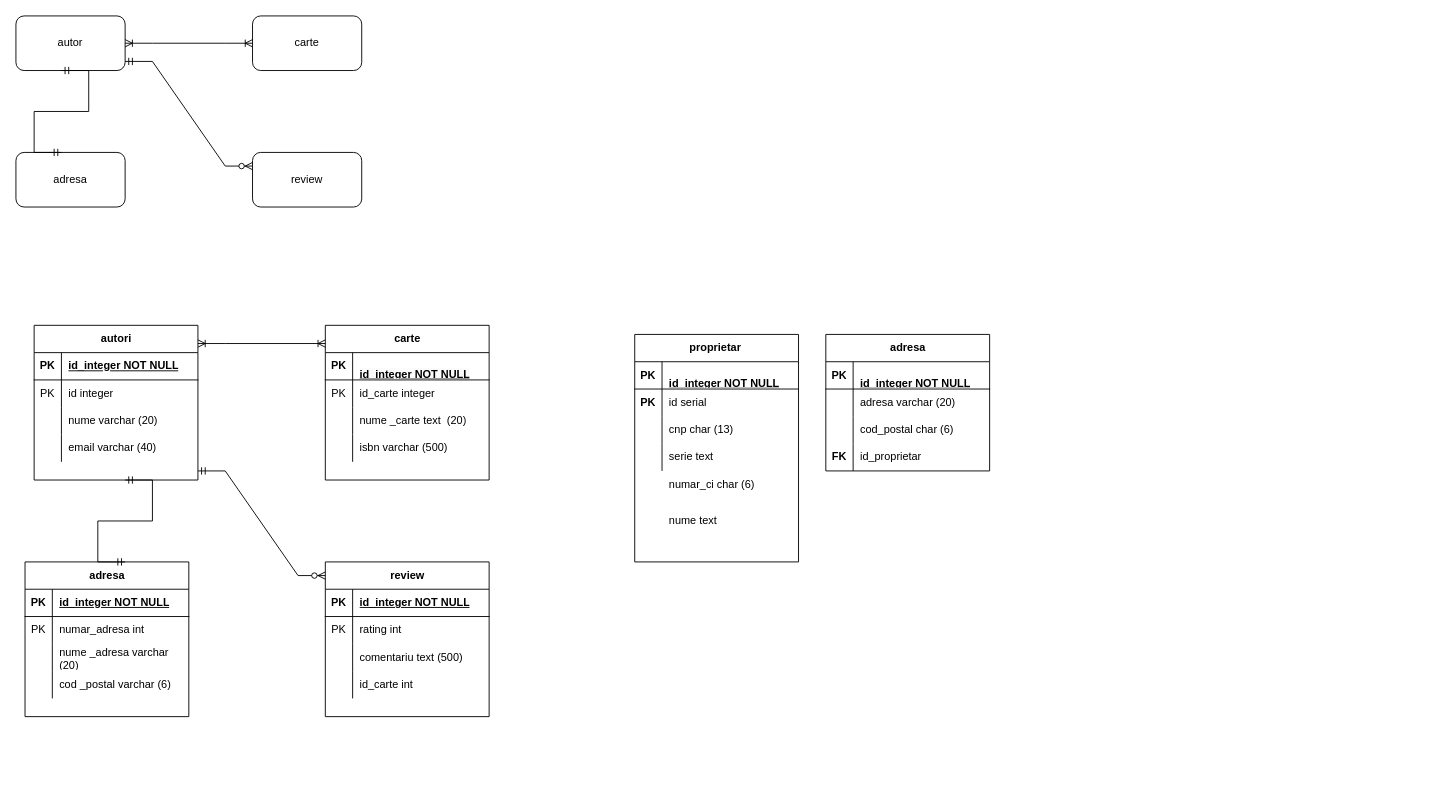
The draw.io diagram diagram_16_12_2023.drawio in MariaAgent007/modelare_db, before the edit. Source tidied: cells renumbered, new cells numbered last; positions are measured from the earlier drawing's top-left corner, leaving out a move shared by most shapes. Both pictures are drawn from the tidied source at 91%, with x=0, y=0 at pixel (15, 15).
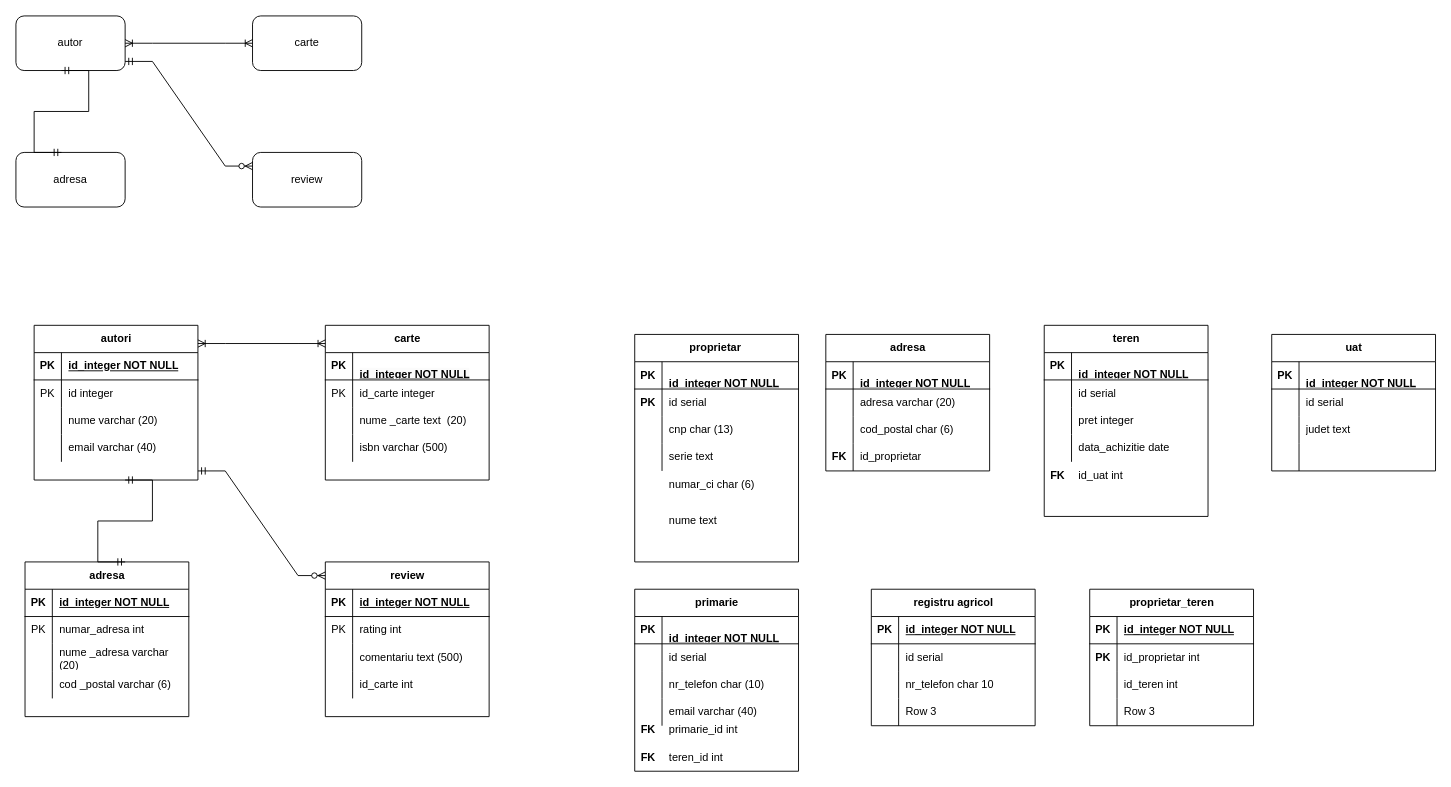
The same diagram, later.

Change to the diagram source:
```diff
@@
+    <mxCell id="95" value="teren" style="shape=table;startSize=30;childLayout=tableLayout;rowLines=0;fontStyle=1;align=center;html=1;" parent="1" vertex="1">
+      <mxGeometry x="1130" y="340" width="180" height="210" as="geometry" />
+    </mxCell>
+    <mxCell id="96" style="shape=tableRow;horizontal=0;startSize=0;swimlaneHead=0;swimlaneBody=0;fillColor=none;top=0;left=0;right=0;bottom=1;" parent="95" vertex="1">
+      <mxGeometry y="30" width="180" height="30" as="geometry" />
+    </mxCell>
+    <mxCell id="97" value="PK" style="shape=partialRectangle;fillColor=none;top=0;left=0;bottom=0;right=0;fontStyle=1;overflow=hidden;whiteSpace=wrap;html=1;" parent="96" vertex="1">
+      <mxGeometry width="30" height="30" as="geometry" />
+    </mxCell>
+    <mxCell id="98" value="&lt;br style=&quot;border-color: var(--border-color);&quot;&gt;id_integer NOT NULL" style="shape=partialRectangle;fillColor=none;top=0;left=0;bottom=0;right=0;align=left;spacingLeft=6;fontStyle=5;overflow=hidden;whiteSpace=wrap;html=1;" parent="96" vertex="1">
+      <mxGeometry x="30" width="150" height="30" as="geometry" />
+    </mxCell>
+    <mxCell id="99" style="shape=tableRow;horizontal=0;startSize=0;swimlaneHead=0;swimlaneBody=0;fillColor=none;top=0;left=0;right=0;bottom=0;" parent="95" vertex="1">
+      <mxGeometry y="60" width="180" height="30" as="geometry" />
+    </mxCell>
+    <mxCell id="100" style="shape=partialRectangle;fillColor=none;top=0;left=0;bottom=0;right=0;overflow=hidden;whiteSpace=wrap;html=1;" parent="99" vertex="1">
+      <mxGeometry width="30" height="30" as="geometry" />
+    </mxCell>
+    <mxCell id="101" value="id serial" style="shape=partialRectangle;fillColor=none;top=0;left=0;bottom=0;right=0;align=left;spacingLeft=6;overflow=hidden;whiteSpace=wrap;html=1;" parent="99" vertex="1">
+      <mxGeometry x="30" width="150" height="30" as="geometry" />
+    </mxCell>
+    <mxCell id="102" style="shape=tableRow;horizontal=0;startSize=0;swimlaneHead=0;swimlaneBody=0;fillColor=none;top=0;left=0;right=0;bottom=0;" parent="95" vertex="1">
+      <mxGeometry y="90" width="180" height="30" as="geometry" />
+    </mxCell>
+    <mxCell id="103" style="shape=partialRectangle;fillColor=none;top=0;left=0;bottom=0;right=0;overflow=hidden;whiteSpace=wrap;html=1;" parent="102" vertex="1">
+      <mxGeometry width="30" height="30" as="geometry" />
+    </mxCell>
+    <mxCell id="104" value="pret integer" style="shape=partialRectangle;fillColor=none;top=0;left=0;bottom=0;right=0;align=left;spacingLeft=6;overflow=hidden;whiteSpace=wrap;html=1;" parent="102" vertex="1">
+      <mxGeometry x="30" width="150" height="30" as="geometry" />
+    </mxCell>
+    <mxCell id="105" style="shape=tableRow;horizontal=0;startSize=0;swimlaneHead=0;swimlaneBody=0;fillColor=none;top=0;left=0;right=0;bottom=0;" parent="95" vertex="1">
+      <mxGeometry y="120" width="180" height="30" as="geometry" />
+    </mxCell>
+    <mxCell id="106" style="shape=partialRectangle;fillColor=none;top=0;left=0;bottom=0;right=0;overflow=hidden;whiteSpace=wrap;html=1;" parent="105" vertex="1">
+      <mxGeometry width="30" height="30" as="geometry" />
+    </mxCell>
+    <mxCell id="107" value="data_achizitie date" style="shape=partialRectangle;fillColor=none;top=0;left=0;bottom=0;right=0;align=left;spacingLeft=6;overflow=hidden;whiteSpace=wrap;html=1;" parent="105" vertex="1">
+      <mxGeometry x="30" width="150" height="30" as="geometry" />
+    </mxCell>
+    <mxCell id="108" value="uat" style="shape=table;startSize=30;childLayout=tableLayout;rowLines=0;fontStyle=1;align=center;html=1;" parent="1" vertex="1">
+      <mxGeometry x="1380" y="350" width="180" height="150" as="geometry" />
+    </mxCell>
+    <mxCell id="109" style="shape=tableRow;horizontal=0;startSize=0;swimlaneHead=0;swimlaneBody=0;fillColor=none;top=0;left=0;right=0;bottom=1;" parent="108" vertex="1">
+      <mxGeometry y="30" width="180" height="30" as="geometry" />
+    </mxCell>
+    <mxCell id="110" value="PK" style="shape=partialRectangle;fillColor=none;top=0;left=0;bottom=0;right=0;fontStyle=1;overflow=hidden;whiteSpace=wrap;html=1;" parent="109" vertex="1">
+      <mxGeometry width="30" height="30" as="geometry" />
+    </mxCell>
+    <mxCell id="111" value="&lt;br style=&quot;border-color: var(--border-color);&quot;&gt;id_integer NOT NULL" style="shape=partialRectangle;fillColor=none;top=0;left=0;bottom=0;right=0;align=left;spacingLeft=6;fontStyle=5;overflow=hidden;whiteSpace=wrap;html=1;" parent="109" vertex="1">
+      <mxGeometry x="30" width="150" height="30" as="geometry" />
+    </mxCell>
+    <mxCell id="112" style="shape=tableRow;horizontal=0;startSize=0;swimlaneHead=0;swimlaneBody=0;fillColor=none;top=0;left=0;right=0;bottom=0;" parent="108" vertex="1">
+      <mxGeometry y="60" width="180" height="30" as="geometry" />
+    </mxCell>
+    <mxCell id="113" style="shape=partialRectangle;fillColor=none;top=0;left=0;bottom=0;right=0;overflow=hidden;whiteSpace=wrap;html=1;" parent="112" vertex="1">
+      <mxGeometry width="30" height="30" as="geometry" />
+    </mxCell>
+    <mxCell id="114" value="id serial&lt;br&gt;" style="shape=partialRectangle;fillColor=none;top=0;left=0;bottom=0;right=0;align=left;spacingLeft=6;overflow=hidden;whiteSpace=wrap;html=1;" parent="112" vertex="1">
+      <mxGeometry x="30" width="150" height="30" as="geometry" />
+    </mxCell>
+    <mxCell id="115" style="shape=tableRow;horizontal=0;startSize=0;swimlaneHead=0;swimlaneBody=0;fillColor=none;top=0;left=0;right=0;bottom=0;" parent="108" vertex="1">
+      <mxGeometry y="90" width="180" height="30" as="geometry" />
+    </mxCell>
+    <mxCell id="116" style="shape=partialRectangle;fillColor=none;top=0;left=0;bottom=0;right=0;overflow=hidden;whiteSpace=wrap;html=1;" parent="115" vertex="1">
+      <mxGeometry width="30" height="30" as="geometry" />
+    </mxCell>
+    <mxCell id="117" value="judet text" style="shape=partialRectangle;fillColor=none;top=0;left=0;bottom=0;right=0;align=left;spacingLeft=6;overflow=hidden;whiteSpace=wrap;html=1;" parent="115" vertex="1">
+      <mxGeometry x="30" width="150" height="30" as="geometry" />
+    </mxCell>
+    <mxCell id="118" style="shape=tableRow;horizontal=0;startSize=0;swimlaneHead=0;swimlaneBody=0;fillColor=none;top=0;left=0;right=0;bottom=0;" parent="108" vertex="1">
+      <mxGeometry y="120" width="180" height="30" as="geometry" />
+    </mxCell>
+    <mxCell id="119" style="shape=partialRectangle;fillColor=none;top=0;left=0;bottom=0;right=0;overflow=hidden;whiteSpace=wrap;html=1;" parent="118" vertex="1">
+      <mxGeometry width="30" height="30" as="geometry" />
+    </mxCell>
+    <mxCell id="120" style="shape=partialRectangle;fillColor=none;top=0;left=0;bottom=0;right=0;align=left;spacingLeft=6;overflow=hidden;whiteSpace=wrap;html=1;" parent="118" vertex="1">
+      <mxGeometry x="30" width="150" height="30" as="geometry" />
+    </mxCell>
+    <mxCell id="121" value="primarie" style="shape=table;startSize=30;childLayout=tableLayout;rowLines=0;fontStyle=1;align=center;html=1;" parent="1" vertex="1">
+      <mxGeometry x="680" y="630" width="180" height="200" as="geometry" />
+    </mxCell>
+    <mxCell id="122" style="shape=tableRow;horizontal=0;startSize=0;swimlaneHead=0;swimlaneBody=0;fillColor=none;top=0;left=0;right=0;bottom=1;" parent="121" vertex="1">
+      <mxGeometry y="30" width="180" height="30" as="geometry" />
+    </mxCell>
+    <mxCell id="123" value="PK" style="shape=partialRectangle;fillColor=none;top=0;left=0;bottom=0;right=0;fontStyle=1;overflow=hidden;whiteSpace=wrap;html=1;" parent="122" vertex="1">
+      <mxGeometry width="30" height="30" as="geometry" />
+    </mxCell>
+    <mxCell id="124" value="&lt;br style=&quot;border-color: var(--border-color);&quot;&gt;id_integer NOT NULL" style="shape=partialRectangle;fillColor=none;top=0;left=0;bottom=0;right=0;align=left;spacingLeft=6;fontStyle=5;overflow=hidden;whiteSpace=wrap;html=1;" parent="122" vertex="1">
+      <mxGeometry x="30" width="150" height="30" as="geometry" />
+    </mxCell>
+    <mxCell id="125" style="shape=tableRow;horizontal=0;startSize=0;swimlaneHead=0;swimlaneBody=0;fillColor=none;top=0;left=0;right=0;bottom=0;" parent="121" vertex="1">
+      <mxGeometry y="60" width="180" height="30" as="geometry" />
+    </mxCell>
+    <mxCell id="126" style="shape=partialRectangle;fillColor=none;top=0;left=0;bottom=0;right=0;overflow=hidden;whiteSpace=wrap;html=1;" parent="125" vertex="1">
+      <mxGeometry width="30" height="30" as="geometry" />
+    </mxCell>
+    <mxCell id="127" value="id serial" style="shape=partialRectangle;fillColor=none;top=0;left=0;bottom=0;right=0;align=left;spacingLeft=6;overflow=hidden;whiteSpace=wrap;html=1;" parent="125" vertex="1">
+      <mxGeometry x="30" width="150" height="30" as="geometry" />
+    </mxCell>
+    <mxCell id="128" style="shape=tableRow;horizontal=0;startSize=0;swimlaneHead=0;swimlaneBody=0;fillColor=none;top=0;left=0;right=0;bottom=0;" parent="121" vertex="1">
+      <mxGeometry y="90" width="180" height="30" as="geometry" />
+    </mxCell>
+    <mxCell id="129" style="shape=partialRectangle;fillColor=none;top=0;left=0;bottom=0;right=0;overflow=hidden;whiteSpace=wrap;html=1;" parent="128" vertex="1">
+      <mxGeometry width="30" height="30" as="geometry" />
+    </mxCell>
+    <mxCell id="130" value="nr_telefon char (10)" style="shape=partialRectangle;fillColor=none;top=0;left=0;bottom=0;right=0;align=left;spacingLeft=6;overflow=hidden;whiteSpace=wrap;html=1;" parent="128" vertex="1">
+      <mxGeometry x="30" width="150" height="30" as="geometry" />
+    </mxCell>
+    <mxCell id="131" style="shape=tableRow;horizontal=0;startSize=0;swimlaneHead=0;swimlaneBody=0;fillColor=none;top=0;left=0;right=0;bottom=0;" parent="121" vertex="1">
+      <mxGeometry y="120" width="180" height="30" as="geometry" />
+    </mxCell>
+    <mxCell id="132" style="shape=partialRectangle;fillColor=none;top=0;left=0;bottom=0;right=0;overflow=hidden;whiteSpace=wrap;html=1;" parent="131" vertex="1">
+      <mxGeometry width="30" height="30" as="geometry" />
+    </mxCell>
+    <mxCell id="133" value="email varchar (40)&amp;nbsp;" style="shape=partialRectangle;fillColor=none;top=0;left=0;bottom=0;right=0;align=left;spacingLeft=6;overflow=hidden;whiteSpace=wrap;html=1;" parent="131" vertex="1">
+      <mxGeometry x="30" width="150" height="30" as="geometry" />
+    </mxCell>
+    <mxCell id="134" value="registru agricol" style="shape=table;startSize=30;childLayout=tableLayout;rowLines=0;fontStyle=1;align=center;html=1;" parent="1" vertex="1">
+      <mxGeometry x="940" y="630" width="180" height="150" as="geometry" />
+    </mxCell>
+    <mxCell id="135" style="shape=tableRow;horizontal=0;startSize=0;swimlaneHead=0;swimlaneBody=0;fillColor=none;top=0;left=0;right=0;bottom=1;" parent="134" vertex="1">
+      <mxGeometry y="30" width="180" height="30" as="geometry" />
+    </mxCell>
+    <mxCell id="136" value="PK" style="shape=partialRectangle;fillColor=none;top=0;left=0;bottom=0;right=0;fontStyle=1;overflow=hidden;whiteSpace=wrap;html=1;" parent="135" vertex="1">
+      <mxGeometry width="30" height="30" as="geometry" />
+    </mxCell>
+    <mxCell id="137" value="id_integer NOT NULL" style="shape=partialRectangle;fillColor=none;top=0;left=0;bottom=0;right=0;align=left;spacingLeft=6;fontStyle=5;overflow=hidden;whiteSpace=wrap;html=1;" parent="135" vertex="1">
+      <mxGeometry x="30" width="150" height="30" as="geometry" />
+    </mxCell>
+    <mxCell id="138" style="shape=tableRow;horizontal=0;startSize=0;swimlaneHead=0;swimlaneBody=0;fillColor=none;top=0;left=0;right=0;bottom=0;" parent="134" vertex="1">
+      <mxGeometry y="60" width="180" height="30" as="geometry" />
+    </mxCell>
+    <mxCell id="139" style="shape=partialRectangle;fillColor=none;top=0;left=0;bottom=0;right=0;overflow=hidden;whiteSpace=wrap;html=1;" parent="138" vertex="1">
+      <mxGeometry width="30" height="30" as="geometry" />
+    </mxCell>
+    <mxCell id="140" value="id serial" style="shape=partialRectangle;fillColor=none;top=0;left=0;bottom=0;right=0;align=left;spacingLeft=6;overflow=hidden;whiteSpace=wrap;html=1;" parent="138" vertex="1">
+      <mxGeometry x="30" width="150" height="30" as="geometry" />
+    </mxCell>
+    <mxCell id="141" style="shape=tableRow;horizontal=0;startSize=0;swimlaneHead=0;swimlaneBody=0;fillColor=none;top=0;left=0;right=0;bottom=0;" parent="134" vertex="1">
+      <mxGeometry y="90" width="180" height="30" as="geometry" />
+    </mxCell>
+    <mxCell id="142" style="shape=partialRectangle;fillColor=none;top=0;left=0;bottom=0;right=0;overflow=hidden;whiteSpace=wrap;html=1;" parent="141" vertex="1">
+      <mxGeometry width="30" height="30" as="geometry" />
+    </mxCell>
+    <mxCell id="143" value="nr_telefon char 10" style="shape=partialRectangle;fillColor=none;top=0;left=0;bottom=0;right=0;align=left;spacingLeft=6;overflow=hidden;whiteSpace=wrap;html=1;" parent="141" vertex="1">
+      <mxGeometry x="30" width="150" height="30" as="geometry" />
+    </mxCell>
+    <mxCell id="144" style="shape=tableRow;horizontal=0;startSize=0;swimlaneHead=0;swimlaneBody=0;fillColor=none;top=0;left=0;right=0;bottom=0;" parent="134" vertex="1">
+      <mxGeometry y="120" width="180" height="30" as="geometry" />
+    </mxCell>
+    <mxCell id="145" style="shape=partialRectangle;fillColor=none;top=0;left=0;bottom=0;right=0;overflow=hidden;whiteSpace=wrap;html=1;" parent="144" vertex="1">
+      <mxGeometry width="30" height="30" as="geometry" />
+    </mxCell>
+    <mxCell id="146" value="Row 3" style="shape=partialRectangle;fillColor=none;top=0;left=0;bottom=0;right=0;align=left;spacingLeft=6;overflow=hidden;whiteSpace=wrap;html=1;" parent="144" vertex="1">
+      <mxGeometry x="30" width="150" height="30" as="geometry" />
+    </mxCell>
+    <mxCell id="147" value="proprietar_teren" style="shape=table;startSize=30;childLayout=tableLayout;rowLines=0;fontStyle=1;align=center;html=1;" parent="1" vertex="1">
+      <mxGeometry x="1180" y="630" width="180" height="150" as="geometry" />
+    </mxCell>
+    <mxCell id="148" style="shape=tableRow;horizontal=0;startSize=0;swimlaneHead=0;swimlaneBody=0;fillColor=none;top=0;left=0;right=0;bottom=1;" parent="147" vertex="1">
+      <mxGeometry y="30" width="180" height="30" as="geometry" />
+    </mxCell>
+    <mxCell id="149" value="PK" style="shape=partialRectangle;fillColor=none;top=0;left=0;bottom=0;right=0;fontStyle=1;overflow=hidden;whiteSpace=wrap;html=1;" parent="148" vertex="1">
+      <mxGeometry width="30" height="30" as="geometry" />
+    </mxCell>
+    <mxCell id="150" value="id_integer NOT NULL" style="shape=partialRectangle;fillColor=none;top=0;left=0;bottom=0;right=0;align=left;spacingLeft=6;fontStyle=5;overflow=hidden;whiteSpace=wrap;html=1;" parent="148" vertex="1">
+      <mxGeometry x="30" width="150" height="30" as="geometry" />
+    </mxCell>
+    <mxCell id="151" style="shape=tableRow;horizontal=0;startSize=0;swimlaneHead=0;swimlaneBody=0;fillColor=none;top=0;left=0;right=0;bottom=0;" parent="147" vertex="1">
+      <mxGeometry y="60" width="180" height="30" as="geometry" />
+    </mxCell>
+    <mxCell id="152" style="shape=partialRectangle;fillColor=none;top=0;left=0;bottom=0;right=0;overflow=hidden;whiteSpace=wrap;html=1;" parent="151" vertex="1">
+      <mxGeometry width="30" height="30" as="geometry" />
+    </mxCell>
+    <mxCell id="153" value="id_proprietar int" style="shape=partialRectangle;fillColor=none;top=0;left=0;bottom=0;right=0;align=left;spacingLeft=6;overflow=hidden;whiteSpace=wrap;html=1;" parent="151" vertex="1">
+      <mxGeometry x="30" width="150" height="30" as="geometry" />
+    </mxCell>
+    <mxCell id="154" style="shape=tableRow;horizontal=0;startSize=0;swimlaneHead=0;swimlaneBody=0;fillColor=none;top=0;left=0;right=0;bottom=0;" parent="147" vertex="1">
+      <mxGeometry y="90" width="180" height="30" as="geometry" />
+    </mxCell>
+    <mxCell id="155" style="shape=partialRectangle;fillColor=none;top=0;left=0;bottom=0;right=0;overflow=hidden;whiteSpace=wrap;html=1;" parent="154" vertex="1">
+      <mxGeometry width="30" height="30" as="geometry" />
+    </mxCell>
+    <mxCell id="156" style="shape=partialRectangle;fillColor=none;top=0;left=0;bottom=0;right=0;align=left;spacingLeft=6;overflow=hidden;whiteSpace=wrap;html=1;" parent="154" vertex="1">
+      <mxGeometry x="30" width="150" height="30" as="geometry" />
+    </mxCell>
+    <mxCell id="157" style="shape=tableRow;horizontal=0;startSize=0;swimlaneHead=0;swimlaneBody=0;fillColor=none;top=0;left=0;right=0;bottom=0;" parent="147" vertex="1">
+      <mxGeometry y="120" width="180" height="30" as="geometry" />
+    </mxCell>
+    <mxCell id="158" style="shape=partialRectangle;fillColor=none;top=0;left=0;bottom=0;right=0;overflow=hidden;whiteSpace=wrap;html=1;" parent="157" vertex="1">
+      <mxGeometry width="30" height="30" as="geometry" />
+    </mxCell>
+    <mxCell id="159" value="Row 3" style="shape=partialRectangle;fillColor=none;top=0;left=0;bottom=0;right=0;align=left;spacingLeft=6;overflow=hidden;whiteSpace=wrap;html=1;" parent="157" vertex="1">
+      <mxGeometry x="30" width="150" height="30" as="geometry" />
+    </mxCell>
+    <mxCell id="160" value="id_teren int" style="shape=partialRectangle;fillColor=none;top=0;left=0;bottom=0;right=0;align=left;spacingLeft=6;overflow=hidden;whiteSpace=wrap;html=1;" parent="1" vertex="1">
+      <mxGeometry x="1210" y="720" width="150" height="30" as="geometry" />
+    </mxCell>
+    <mxCell id="161" value="id_uat int&amp;nbsp;" style="shape=partialRectangle;fillColor=none;top=0;left=0;bottom=0;right=0;align=left;spacingLeft=6;overflow=hidden;whiteSpace=wrap;html=1;" parent="1" vertex="1">
+      <mxGeometry x="1160" y="490" width="150" height="30" as="geometry" />
+    </mxCell>
+    <mxCell id="162" value="FK" style="shape=partialRectangle;fillColor=none;top=0;left=0;bottom=0;right=0;fontStyle=1;overflow=hidden;whiteSpace=wrap;html=1;" parent="1" vertex="1">
+      <mxGeometry x="1130" y="490" width="30" height="30" as="geometry" />
+    </mxCell>
+    <mxCell id="163" value="PK" style="shape=partialRectangle;fillColor=none;top=0;left=0;bottom=0;right=0;fontStyle=1;overflow=hidden;whiteSpace=wrap;html=1;" parent="1" vertex="1">
+      <mxGeometry x="1180" y="690" width="30" height="30" as="geometry" />
+    </mxCell>
+    <mxCell id="164" value="primarie_id int&amp;nbsp;" style="shape=partialRectangle;fillColor=none;top=0;left=0;bottom=0;right=0;align=left;spacingLeft=6;overflow=hidden;whiteSpace=wrap;html=1;" parent="1" vertex="1">
+      <mxGeometry x="710" y="770" width="150" height="30" as="geometry" />
+    </mxCell>
+    <mxCell id="165" value="teren_id int&amp;nbsp;" style="shape=partialRectangle;fillColor=none;top=0;left=0;bottom=0;right=0;align=left;spacingLeft=6;overflow=hidden;whiteSpace=wrap;html=1;" parent="1" vertex="1">
+      <mxGeometry x="710" y="800" width="150" height="30" as="geometry" />
+    </mxCell>
+    <mxCell id="166" value="FK" style="shape=partialRectangle;fillColor=none;top=0;left=0;bottom=0;right=0;fontStyle=1;overflow=hidden;whiteSpace=wrap;html=1;" parent="1" vertex="1">
+      <mxGeometry x="680" y="770" width="30" height="30" as="geometry" />
+    </mxCell>
+    <mxCell id="167" value="FK" style="shape=partialRectangle;fillColor=none;top=0;left=0;bottom=0;right=0;fontStyle=1;overflow=hidden;whiteSpace=wrap;html=1;" parent="1" vertex="1">
+      <mxGeometry x="680" y="800" width="30" height="30" as="geometry" />
+    </mxCell>
```
